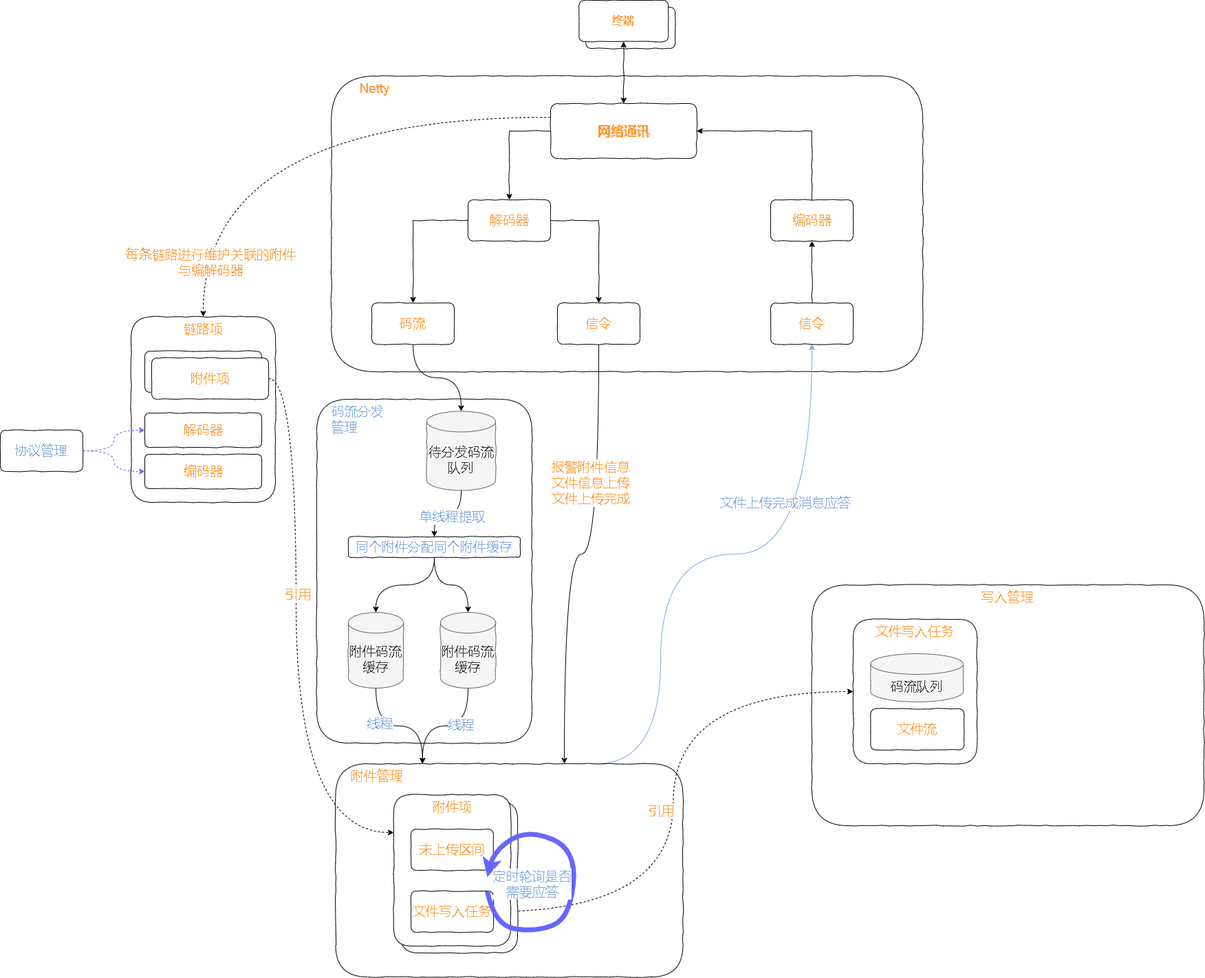
Before: test.drawio.png, a diagram exported from draw.io (xktder/draw). Source tidied: cells renumbered, new cells last; positions are measured from the earlier drawing's top-left corner, leaving out a move shared by most shapes.
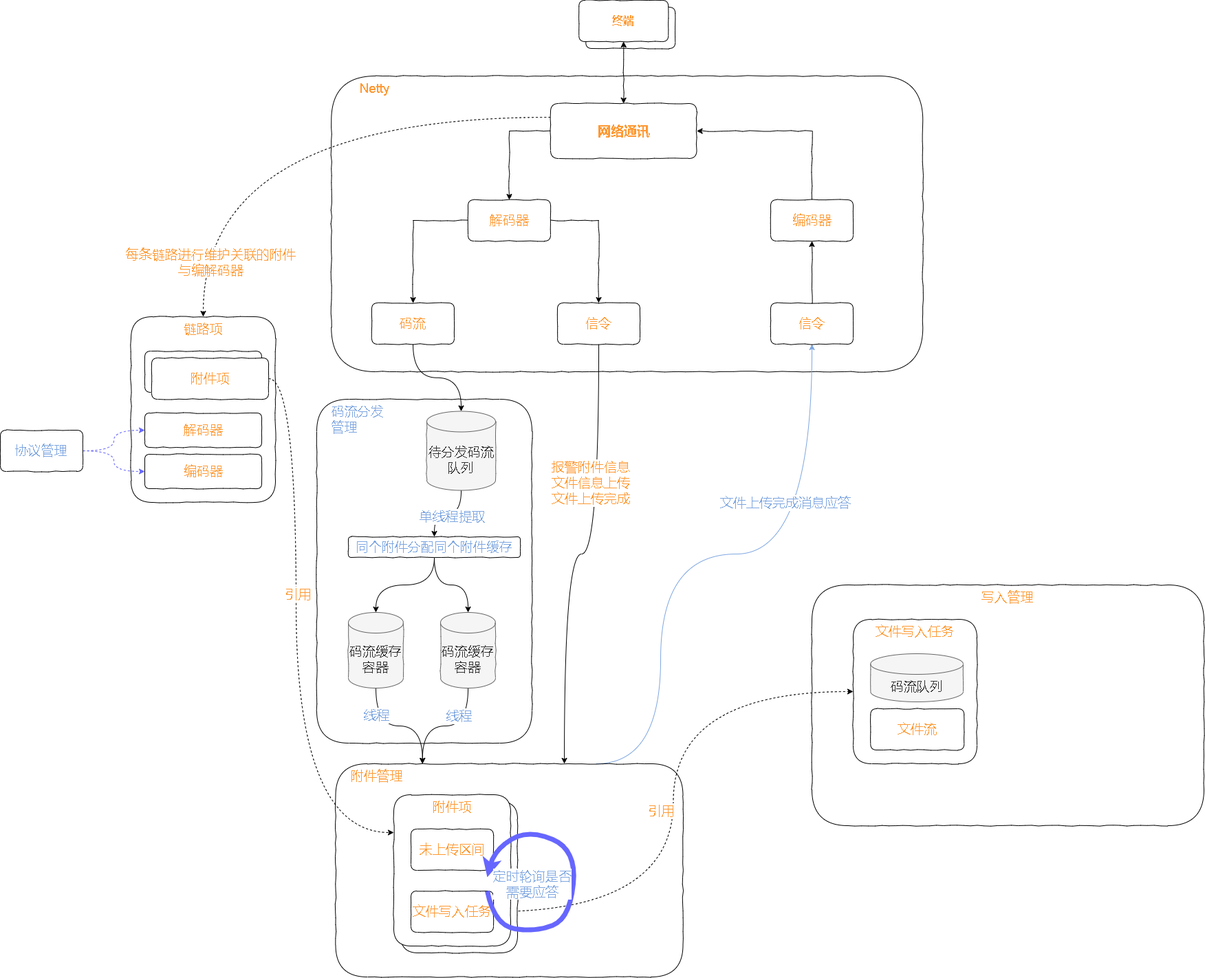
The same file after the commit.

What changed in the source:
```diff
@@ -169,9 +169,11 @@
       <mxGeometry relative="1" as="geometry" />
     </mxCell>
     <mxCell id="50" value="线程" style="edgeLabel;html=1;align=center;verticalAlign=middle;fontSize=19;fontColor=#7EA6E0;" parent="49" vertex="1">
-      <mxGeometry x="-0.43" y="5" relative="1" as="geometry" />
+      <mxGeometry x="-0.43" y="5" relative="1" as="geometry">
+        <mxPoint x="-5" y="-12" as="offset" />
+      </mxGeometry>
     </mxCell>
-    <mxCell id="51" value="附件码流缓存" style="shape=cylinder3;whiteSpace=wrap;html=1;boundedLbl=1;backgroundOutline=1;size=15;comic=1;fontSize=19;fontColor=#333333;strokeColor=#666666;fillColor=#f5f5f5;" parent="1" vertex="1">
+    <mxCell id="51" value="码流缓存容器" style="shape=cylinder3;whiteSpace=wrap;html=1;boundedLbl=1;backgroundOutline=1;size=15;comic=1;fontSize=19;fontColor=#333333;strokeColor=#666666;fillColor=#f5f5f5;" parent="1" vertex="1">
       <mxGeometry x="506" y="890" width="80" height="110" as="geometry" />
     </mxCell>
     <mxCell id="52" style="edgeStyle=orthogonalEdgeStyle;curved=1;rounded=0;comic=0;jettySize=auto;html=1;entryX=0.25;entryY=0;entryDx=0;entryDy=0;fontSize=19;fontColor=#7EA6E0;startArrow=none;startFill=0;endArrow=classic;endFill=1;strokeColor=#000000;strokeWidth=1;" parent="1" edge="1" source="54" target="7">
@@ -179,10 +181,10 @@
     </mxCell>
     <mxCell id="53" value="线程" style="edgeLabel;html=1;align=center;verticalAlign=middle;fontSize=19;fontColor=#7EA6E0;" parent="52" vertex="1">
       <mxGeometry x="-0.27" y="-2" relative="1" as="geometry">
-        <mxPoint x="-1" as="offset" />
+        <mxPoint x="-4" y="-13" as="offset" />
       </mxGeometry>
     </mxCell>
-    <mxCell id="54" value="附件码流缓存" style="shape=cylinder3;whiteSpace=wrap;html=1;boundedLbl=1;backgroundOutline=1;size=15;comic=1;fontSize=19;fontColor=#333333;strokeColor=#666666;fillColor=#f5f5f5;" parent="1" vertex="1">
+    <mxCell id="54" value="码流缓存容器" style="shape=cylinder3;whiteSpace=wrap;html=1;boundedLbl=1;backgroundOutline=1;size=15;comic=1;fontSize=19;fontColor=#333333;strokeColor=#666666;fillColor=#f5f5f5;" parent="1" vertex="1">
       <mxGeometry x="640" y="890" width="80" height="110" as="geometry" />
     </mxCell>
     <mxCell id="55" style="edgeStyle=orthogonalEdgeStyle;curved=1;rounded=0;comic=0;jettySize=auto;html=1;exitX=0.5;exitY=1;exitDx=0;exitDy=0;entryX=0.5;entryY=0;entryDx=0;entryDy=0;entryPerimeter=0;fontSize=19;fontColor=#7EA6E0;startArrow=none;startFill=0;endArrow=classic;endFill=1;strokeColor=#000000;strokeWidth=1;" parent="1" edge="1" source="57" target="51">
```
